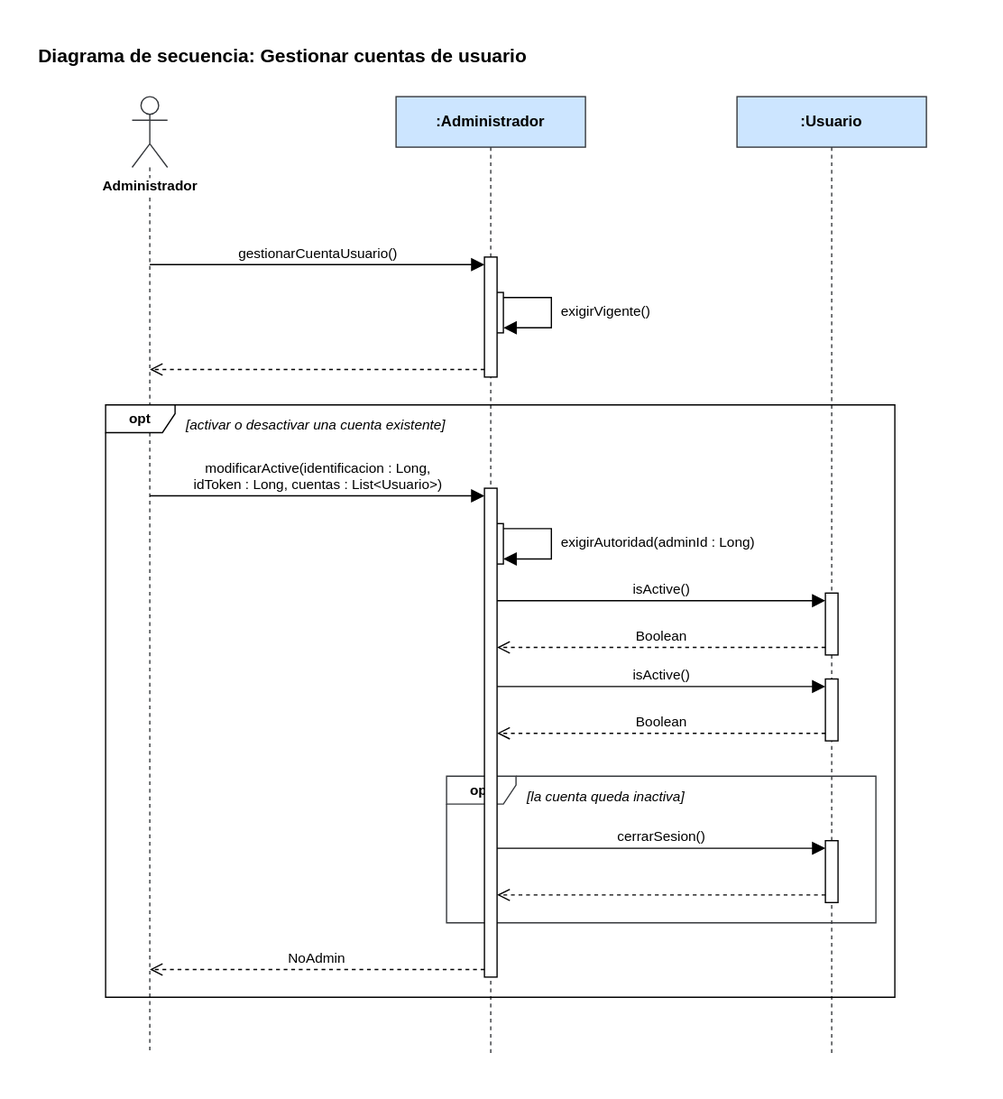
This is Diagramas/Secuencia/gestionar-cuentas-de-usuario.svg from manuel20051208/HorizontalSoftware-Back-End, a draw.io export, as it was before one commit. Source tidied: cells renumbered, new cells last; positions are measured from the earlier drawing's top-left corner, leaving out a move shared by most shapes. The source it was exported from:
```xml
<mxGraphModel>
  <root>
    <mxCell id="0" />
    <mxCell id="1" parent="0" />
    <mxCell id="2" value="&lt;b&gt;Diagrama de secuencia: Gestionar cuentas de usuario&lt;/b&gt;" style="text;html=1;align=left;verticalAlign=top;whiteSpace=wrap;fontSize=15;" parent="1" vertex="1">
      <mxGeometry width="730" height="26" as="geometry" />
    </mxCell>
    <mxCell id="3" value="Administrador" style="shape=umlLifeline;participant=umlActor;perimeter=lifelinePerimeter;whiteSpace=nowrap;html=1;outlineConnect=0;portConstraint=eastwest;size=56;verticalAlign=top;spacingTop=58;labelBackgroundColor=#ffffff;fontStyle=1;fontSize=11;fillColor=#ffffff;strokeColor=#36393d;" parent="1" vertex="1">
      <mxGeometry x="76" y="48" width="28" height="757" as="geometry" />
    </mxCell>
    <mxCell id="4" value=":Administrador" style="shape=umlLifeline;perimeter=lifelinePerimeter;whiteSpace=wrap;html=1;fillColor=#cce5ff;strokeColor=#36393d;fontStyle=1;fontSize=12;" parent="1" vertex="1">
      <mxGeometry x="285" y="48" width="150" height="757" as="geometry" />
    </mxCell>
    <mxCell id="5" value=":Usuario" style="shape=umlLifeline;perimeter=lifelinePerimeter;whiteSpace=wrap;html=1;fillColor=#cce5ff;strokeColor=#36393d;fontStyle=1;fontSize=12;" parent="1" vertex="1">
      <mxGeometry x="555" y="48" width="150" height="757" as="geometry" />
    </mxCell>
    <mxCell id="6" value="opt" style="shape=umlFrame;whiteSpace=wrap;html=1;fontStyle=1;fontSize=11;width=55;height=22;fillColor=#ffffff;" parent="1" vertex="1">
      <mxGeometry x="55" y="292" width="625" height="469" as="geometry" />
    </mxCell>
    <mxCell id="7" value="opt" style="shape=umlFrame;whiteSpace=wrap;html=1;fillColor=#ffffff;strokeColor=#36393d;fontStyle=1;fontSize=11;width=55;height=22;" parent="1" vertex="1">
      <mxGeometry x="325" y="586" width="340" height="116" as="geometry" />
    </mxCell>
    <mxCell id="8" style="html=1;points=[];perimeter=orthogonalPerimeter;fillColor=#ffffff;strokeColor=#000000;" parent="1" vertex="1">
      <mxGeometry x="360" y="203" width="10" height="32" as="geometry" />
    </mxCell>
    <mxCell id="9" style="html=1;points=[];perimeter=orthogonalPerimeter;fillColor=#ffffff;strokeColor=#000000;" parent="1" vertex="1">
      <mxGeometry x="355" y="175" width="10" height="95" as="geometry" />
    </mxCell>
    <mxCell id="10" style="html=1;points=[];perimeter=orthogonalPerimeter;fillColor=#ffffff;strokeColor=#000000;" parent="1" vertex="1">
      <mxGeometry x="360" y="386" width="10" height="32" as="geometry" />
    </mxCell>
    <mxCell id="11" style="html=1;points=[];perimeter=orthogonalPerimeter;fillColor=#ffffff;strokeColor=#000000;" parent="1" vertex="1">
      <mxGeometry x="625" y="441" width="10" height="49" as="geometry" />
    </mxCell>
    <mxCell id="12" style="html=1;points=[];perimeter=orthogonalPerimeter;fillColor=#ffffff;strokeColor=#000000;" parent="1" vertex="1">
      <mxGeometry x="625" y="637" width="10" height="49" as="geometry" />
    </mxCell>
    <mxCell id="13" style="html=1;points=[];perimeter=orthogonalPerimeter;fillColor=#ffffff;strokeColor=#000000;" parent="1" vertex="1">
      <mxGeometry x="355" y="358" width="10" height="387" as="geometry" />
    </mxCell>
    <mxCell id="14" value="gestionarCuentaUsuario()" style="html=1;verticalAlign=bottom;rounded=0;fontSize=11;strokeColor=#000000;endArrow=block;endFill=1;endSize=8;exitX=0.5000;exitY=0.1757;exitDx=0;exitDy=0;exitPerimeter=0;entryX=0.0000;entryY=0.0632;entryDx=0;entryDy=0;entryPerimeter=0;" parent="1" edge="1" source="3" target="9">
      <mxGeometry relative="1" as="geometry" />
    </mxCell>
    <mxCell id="15" style="html=1;rounded=0;endArrow=block;endFill=1;endSize=8;strokeColor=#000000;exitX=1.0000;exitY=0.1250;exitDx=0;exitDy=0;exitPerimeter=0;entryX=1.0000;entryY=0.8750;entryDx=0;entryDy=0;entryPerimeter=0;" parent="1" edge="1" source="8" target="8">
      <mxGeometry relative="1" as="geometry">
        <Array as="points">
          <mxPoint x="408" y="207" />
          <mxPoint x="408" y="231" />
        </Array>
      </mxGeometry>
    </mxCell>
    <mxCell id="16" style="html=1;verticalAlign=bottom;rounded=0;fontSize=11;strokeColor=#000000;dashed=1;endArrow=open;endFill=0;endSize=8;exitX=0.0000;exitY=0.9368;exitDx=0;exitDy=0;exitPerimeter=0;entryX=0.5000;entryY=0.2853;entryDx=0;entryDy=0;entryPerimeter=0;" parent="1" edge="1" source="9" target="3">
      <mxGeometry relative="1" as="geometry" />
    </mxCell>
    <mxCell id="17" value="modificarActive(identificacion : Long,&lt;br&gt;idToken : Long, cuentas : List&amp;lt;Usuario&amp;gt;)" style="html=1;verticalAlign=bottom;rounded=0;fontSize=11;strokeColor=#000000;endArrow=block;endFill=1;endSize=8;exitX=0.5000;exitY=0.4174;exitDx=0;exitDy=0;exitPerimeter=0;entryX=0.0000;entryY=0.0155;entryDx=0;entryDy=0;entryPerimeter=0;" parent="1" edge="1" source="3" target="13">
      <mxGeometry relative="1" as="geometry" />
    </mxCell>
    <mxCell id="18" style="html=1;rounded=0;endArrow=block;endFill=1;endSize=8;strokeColor=#000000;exitX=1.0000;exitY=0.1250;exitDx=0;exitDy=0;exitPerimeter=0;entryX=1.0000;entryY=0.8750;entryDx=0;entryDy=0;entryPerimeter=0;" parent="1" edge="1" source="10" target="10">
      <mxGeometry relative="1" as="geometry">
        <Array as="points">
          <mxPoint x="408" y="390" />
          <mxPoint x="408" y="414" />
        </Array>
      </mxGeometry>
    </mxCell>
    <mxCell id="19" value="isActive()" style="html=1;verticalAlign=bottom;rounded=0;fontSize=11;strokeColor=#000000;endArrow=block;endFill=1;endSize=8;exitX=1.0000;exitY=0.2300;exitDx=0;exitDy=0;exitPerimeter=0;entryX=0.0000;entryY=0.1224;entryDx=0;entryDy=0;entryPerimeter=0;" parent="1" edge="1" source="13" target="11">
      <mxGeometry relative="1" as="geometry" />
    </mxCell>
    <mxCell id="20" value="Boolean" style="html=1;verticalAlign=bottom;rounded=0;fontSize=11;strokeColor=#000000;dashed=1;endArrow=open;endFill=0;endSize=8;exitX=0.0000;exitY=0.8776;exitDx=0;exitDy=0;exitPerimeter=0;entryX=1.0000;entryY=0.3256;entryDx=0;entryDy=0;entryPerimeter=0;" parent="1" edge="1" source="11" target="13">
      <mxGeometry relative="1" as="geometry" />
    </mxCell>
    <mxCell id="21" value="cerrarSesion()" style="html=1;verticalAlign=bottom;rounded=0;fontSize=11;strokeColor=#000000;endArrow=block;endFill=1;endSize=8;exitX=1.0000;exitY=0.7364;exitDx=0;exitDy=0;exitPerimeter=0;entryX=0.0000;entryY=0.1224;entryDx=0;entryDy=0;entryPerimeter=0;" parent="1" edge="1" source="13" target="12">
      <mxGeometry relative="1" as="geometry" />
    </mxCell>
    <mxCell id="22" style="html=1;verticalAlign=bottom;rounded=0;fontSize=11;strokeColor=#000000;dashed=1;endArrow=open;endFill=0;endSize=8;exitX=0.0000;exitY=0.8776;exitDx=0;exitDy=0;exitPerimeter=0;entryX=1.0000;entryY=0.8320;entryDx=0;entryDy=0;entryPerimeter=0;" parent="1" edge="1" source="12" target="13">
      <mxGeometry relative="1" as="geometry" />
    </mxCell>
    <mxCell id="23" value="NoAdmin" style="html=1;verticalAlign=bottom;rounded=0;fontSize=11;strokeColor=#000000;dashed=1;endArrow=open;endFill=0;endSize=8;exitX=0.0000;exitY=0.9845;exitDx=0;exitDy=0;exitPerimeter=0;entryX=0.5000;entryY=0.9128;entryDx=0;entryDy=0;entryPerimeter=0;" parent="1" edge="1" source="13" target="3">
      <mxGeometry relative="1" as="geometry" />
    </mxCell>
    <mxCell id="24" value="exigirVigente()" style="text;html=1;align=left;verticalAlign=top;whiteSpace=wrap;overflow=hidden;fontSize=11;" parent="1" vertex="1">
      <mxGeometry x="414" y="205" width="185" height="28" as="geometry" />
    </mxCell>
    <mxCell id="25" value="exigirAutoridad(adminId : Long)" style="text;html=1;align=left;verticalAlign=top;whiteSpace=wrap;overflow=hidden;fontSize=11;" parent="1" vertex="1">
      <mxGeometry x="414" y="388" width="185" height="28" as="geometry" />
    </mxCell>
    <mxCell id="26" style="html=1;points=[];perimeter=orthogonalPerimeter;fillColor=#ffffff;strokeColor=#000000;" parent="1" vertex="1">
      <mxGeometry x="625" y="509" width="10" height="49" as="geometry" />
    </mxCell>
    <mxCell id="27" value="isActive()" style="html=1;verticalAlign=bottom;rounded=0;fontSize=11;strokeColor=#000000;endArrow=block;endFill=1;endSize=8;exitX=1.0000;exitY=0.4057;exitDx=0;exitDy=0;exitPerimeter=0;entryX=0.0000;entryY=0.1224;entryDx=0;entryDy=0;entryPerimeter=0;" parent="1" edge="1" source="13" target="26">
      <mxGeometry relative="1" as="geometry" />
    </mxCell>
    <mxCell id="28" value="Boolean" style="html=1;verticalAlign=bottom;rounded=0;fontSize=11;strokeColor=#000000;dashed=1;endArrow=open;endFill=0;endSize=8;exitX=0.0000;exitY=0.8776;exitDx=0;exitDy=0;exitPerimeter=0;entryX=1.0000;entryY=0.5013;entryDx=0;entryDy=0;entryPerimeter=0;" parent="1" edge="1" source="26" target="13">
      <mxGeometry relative="1" as="geometry" />
    </mxCell>
    <mxCell id="29" value="[la cuenta queda inactiva]" style="text;html=1;align=left;verticalAlign=top;whiteSpace=wrap;fontSize=11;fontStyle=2;" parent="1" vertex="1">
      <mxGeometry x="387" y="589" width="270" height="22" as="geometry" />
    </mxCell>
    <mxCell id="30" value="[activar o desactivar una cuenta existente]" style="text;html=1;align=left;verticalAlign=top;whiteSpace=wrap;fontSize=11;fontStyle=2;" parent="1" vertex="1">
      <mxGeometry x="117" y="295" width="555" height="22" as="geometry" />
    </mxCell>
  </root>
</mxGraphModel>
```
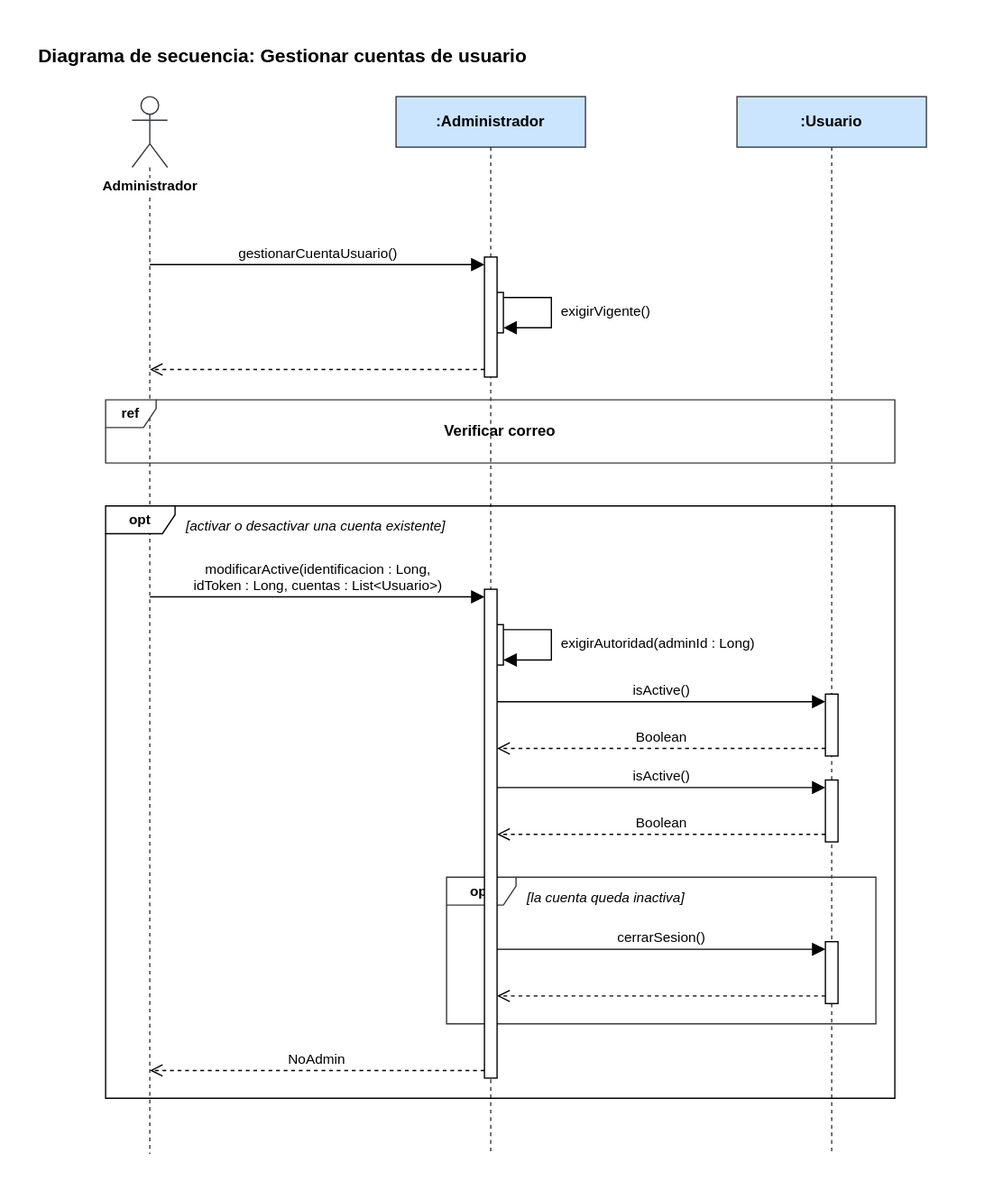
The same file after the commit.

Diff of the diagram source:
```diff
@@ -3,16 +3,16 @@
     <mxCell id="0" />
     <mxCell id="1" parent="0" />
     <mxCell id="2" value="&lt;b&gt;Diagrama de secuencia: Gestionar cuentas de usuario&lt;/b&gt;" style="text;html=1;align=left;verticalAlign=top;whiteSpace=wrap;fontSize=15;" parent="1" vertex="1">
-      <mxGeometry width="730" height="26" as="geometry" />
+      <mxGeometry y="-80" width="730" height="26" as="geometry" />
     </mxCell>
     <mxCell id="3" value="Administrador" style="shape=umlLifeline;participant=umlActor;perimeter=lifelinePerimeter;whiteSpace=nowrap;html=1;outlineConnect=0;portConstraint=eastwest;size=56;verticalAlign=top;spacingTop=58;labelBackgroundColor=#ffffff;fontStyle=1;fontSize=11;fillColor=#ffffff;strokeColor=#36393d;" parent="1" vertex="1">
-      <mxGeometry x="76" y="48" width="28" height="757" as="geometry" />
+      <mxGeometry x="76" y="-32" width="28" height="837" as="geometry" />
     </mxCell>
     <mxCell id="4" value=":Administrador" style="shape=umlLifeline;perimeter=lifelinePerimeter;whiteSpace=wrap;html=1;fillColor=#cce5ff;strokeColor=#36393d;fontStyle=1;fontSize=12;" parent="1" vertex="1">
-      <mxGeometry x="285" y="48" width="150" height="757" as="geometry" />
+      <mxGeometry x="285" y="-32" width="150" height="837" as="geometry" />
     </mxCell>
     <mxCell id="5" value=":Usuario" style="shape=umlLifeline;perimeter=lifelinePerimeter;whiteSpace=wrap;html=1;fillColor=#cce5ff;strokeColor=#36393d;fontStyle=1;fontSize=12;" parent="1" vertex="1">
-      <mxGeometry x="555" y="48" width="150" height="757" as="geometry" />
+      <mxGeometry x="555" y="-32" width="150" height="837" as="geometry" />
     </mxCell>
     <mxCell id="6" value="opt" style="shape=umlFrame;whiteSpace=wrap;html=1;fontStyle=1;fontSize=11;width=55;height=22;fillColor=#ffffff;" parent="1" vertex="1">
       <mxGeometry x="55" y="292" width="625" height="469" as="geometry" />
@@ -20,11 +20,17 @@
     <mxCell id="7" value="opt" style="shape=umlFrame;whiteSpace=wrap;html=1;fillColor=#ffffff;strokeColor=#36393d;fontStyle=1;fontSize=11;width=55;height=22;" parent="1" vertex="1">
       <mxGeometry x="325" y="586" width="340" height="116" as="geometry" />
     </mxCell>
+    <mxCell id="31" value="ref" style="shape=umlFrame;whiteSpace=wrap;html=1;fontStyle=1;fontSize=11;width=40;height=22;fillColor=#ffffff;strokeColor=#36393d;" parent="1" vertex="1">
+      <mxGeometry x="55" y="208" width="625" height="50" as="geometry" />
+    </mxCell>
+    <mxCell id="32" value="Verificar correo" style="text;html=1;align=center;verticalAlign=middle;whiteSpace=wrap;fontSize=12;fontStyle=1;" parent="1" vertex="1">
+      <mxGeometry x="100" y="220" width="535" height="26" as="geometry" />
+    </mxCell>
     <mxCell id="8" style="html=1;points=[];perimeter=orthogonalPerimeter;fillColor=#ffffff;strokeColor=#000000;" parent="1" vertex="1">
-      <mxGeometry x="360" y="203" width="10" height="32" as="geometry" />
+      <mxGeometry x="360" y="123" width="10" height="32" as="geometry" />
     </mxCell>
     <mxCell id="9" style="html=1;points=[];perimeter=orthogonalPerimeter;fillColor=#ffffff;strokeColor=#000000;" parent="1" vertex="1">
-      <mxGeometry x="355" y="175" width="10" height="95" as="geometry" />
+      <mxGeometry x="355" y="95" width="10" height="95" as="geometry" />
     </mxCell>
     <mxCell id="10" style="html=1;points=[];perimeter=orthogonalPerimeter;fillColor=#ffffff;strokeColor=#000000;" parent="1" vertex="1">
       <mxGeometry x="360" y="386" width="10" height="32" as="geometry" />
@@ -38,21 +44,21 @@
     <mxCell id="13" style="html=1;points=[];perimeter=orthogonalPerimeter;fillColor=#ffffff;strokeColor=#000000;" parent="1" vertex="1">
       <mxGeometry x="355" y="358" width="10" height="387" as="geometry" />
     </mxCell>
-    <mxCell id="14" value="gestionarCuentaUsuario()" style="html=1;verticalAlign=bottom;rounded=0;fontSize=11;strokeColor=#000000;endArrow=block;endFill=1;endSize=8;exitX=0.5000;exitY=0.1757;exitDx=0;exitDy=0;exitPerimeter=0;entryX=0.0000;entryY=0.0632;entryDx=0;entryDy=0;entryPerimeter=0;" parent="1" edge="1" source="3" target="9">
+    <mxCell id="14" value="gestionarCuentaUsuario()" style="html=1;verticalAlign=bottom;rounded=0;fontSize=11;strokeColor=#000000;endArrow=block;endFill=1;endSize=8;exitX=0.5000;exitY=0.1589;exitDx=0;exitDy=0;exitPerimeter=0;entryX=0.0000;entryY=0.0632;entryDx=0;entryDy=0;entryPerimeter=0;" parent="1" edge="1" source="3" target="9">
       <mxGeometry relative="1" as="geometry" />
     </mxCell>
     <mxCell id="15" style="html=1;rounded=0;endArrow=block;endFill=1;endSize=8;strokeColor=#000000;exitX=1.0000;exitY=0.1250;exitDx=0;exitDy=0;exitPerimeter=0;entryX=1.0000;entryY=0.8750;entryDx=0;entryDy=0;entryPerimeter=0;" parent="1" edge="1" source="8" target="8">
       <mxGeometry relative="1" as="geometry">
         <Array as="points">
-          <mxPoint x="408" y="207" />
-          <mxPoint x="408" y="231" />
+          <mxPoint x="408" y="127" />
+          <mxPoint x="408" y="151" />
         </Array>
       </mxGeometry>
     </mxCell>
-    <mxCell id="16" style="html=1;verticalAlign=bottom;rounded=0;fontSize=11;strokeColor=#000000;dashed=1;endArrow=open;endFill=0;endSize=8;exitX=0.0000;exitY=0.9368;exitDx=0;exitDy=0;exitPerimeter=0;entryX=0.5000;entryY=0.2853;entryDx=0;entryDy=0;entryPerimeter=0;" parent="1" edge="1" source="9" target="3">
+    <mxCell id="16" style="html=1;verticalAlign=bottom;rounded=0;fontSize=11;strokeColor=#000000;dashed=1;endArrow=open;endFill=0;endSize=8;exitX=0.0000;exitY=0.9368;exitDx=0;exitDy=0;exitPerimeter=0;entryX=0.5000;entryY=0.2581;entryDx=0;entryDy=0;entryPerimeter=0;" parent="1" edge="1" source="9" target="3">
       <mxGeometry relative="1" as="geometry" />
     </mxCell>
-    <mxCell id="17" value="modificarActive(identificacion : Long,&lt;br&gt;idToken : Long, cuentas : List&amp;lt;Usuario&amp;gt;)" style="html=1;verticalAlign=bottom;rounded=0;fontSize=11;strokeColor=#000000;endArrow=block;endFill=1;endSize=8;exitX=0.5000;exitY=0.4174;exitDx=0;exitDy=0;exitPerimeter=0;entryX=0.0000;entryY=0.0155;entryDx=0;entryDy=0;entryPerimeter=0;" parent="1" edge="1" source="3" target="13">
+    <mxCell id="17" value="modificarActive(identificacion : Long,&lt;br&gt;idToken : Long, cuentas : List&amp;lt;Usuario&amp;gt;)" style="html=1;verticalAlign=bottom;rounded=0;fontSize=11;strokeColor=#000000;endArrow=block;endFill=1;endSize=8;exitX=0.5000;exitY=0.4731;exitDx=0;exitDy=0;exitPerimeter=0;entryX=0.0000;entryY=0.0155;entryDx=0;entryDy=0;entryPerimeter=0;" parent="1" edge="1" source="3" target="13">
       <mxGeometry relative="1" as="geometry" />
     </mxCell>
     <mxCell id="18" style="html=1;rounded=0;endArrow=block;endFill=1;endSize=8;strokeColor=#000000;exitX=1.0000;exitY=0.1250;exitDx=0;exitDy=0;exitPerimeter=0;entryX=1.0000;entryY=0.8750;entryDx=0;entryDy=0;entryPerimeter=0;" parent="1" edge="1" source="10" target="10">
@@ -75,11 +81,11 @@
     <mxCell id="22" style="html=1;verticalAlign=bottom;rounded=0;fontSize=11;strokeColor=#000000;dashed=1;endArrow=open;endFill=0;endSize=8;exitX=0.0000;exitY=0.8776;exitDx=0;exitDy=0;exitPerimeter=0;entryX=1.0000;entryY=0.8320;entryDx=0;entryDy=0;entryPerimeter=0;" parent="1" edge="1" source="12" target="13">
       <mxGeometry relative="1" as="geometry" />
     </mxCell>
-    <mxCell id="23" value="NoAdmin" style="html=1;verticalAlign=bottom;rounded=0;fontSize=11;strokeColor=#000000;dashed=1;endArrow=open;endFill=0;endSize=8;exitX=0.0000;exitY=0.9845;exitDx=0;exitDy=0;exitPerimeter=0;entryX=0.5000;entryY=0.9128;entryDx=0;entryDy=0;entryPerimeter=0;" parent="1" edge="1" source="13" target="3">
+    <mxCell id="23" value="NoAdmin" style="html=1;verticalAlign=bottom;rounded=0;fontSize=11;strokeColor=#000000;dashed=1;endArrow=open;endFill=0;endSize=8;exitX=0.0000;exitY=0.9845;exitDx=0;exitDy=0;exitPerimeter=0;entryX=0.5000;entryY=0.9211;entryDx=0;entryDy=0;entryPerimeter=0;" parent="1" edge="1" source="13" target="3">
       <mxGeometry relative="1" as="geometry" />
     </mxCell>
     <mxCell id="24" value="exigirVigente()" style="text;html=1;align=left;verticalAlign=top;whiteSpace=wrap;overflow=hidden;fontSize=11;" parent="1" vertex="1">
-      <mxGeometry x="414" y="205" width="185" height="28" as="geometry" />
+      <mxGeometry x="414" y="125" width="185" height="28" as="geometry" />
     </mxCell>
     <mxCell id="25" value="exigirAutoridad(adminId : Long)" style="text;html=1;align=left;verticalAlign=top;whiteSpace=wrap;overflow=hidden;fontSize=11;" parent="1" vertex="1">
       <mxGeometry x="414" y="388" width="185" height="28" as="geometry" />
```
